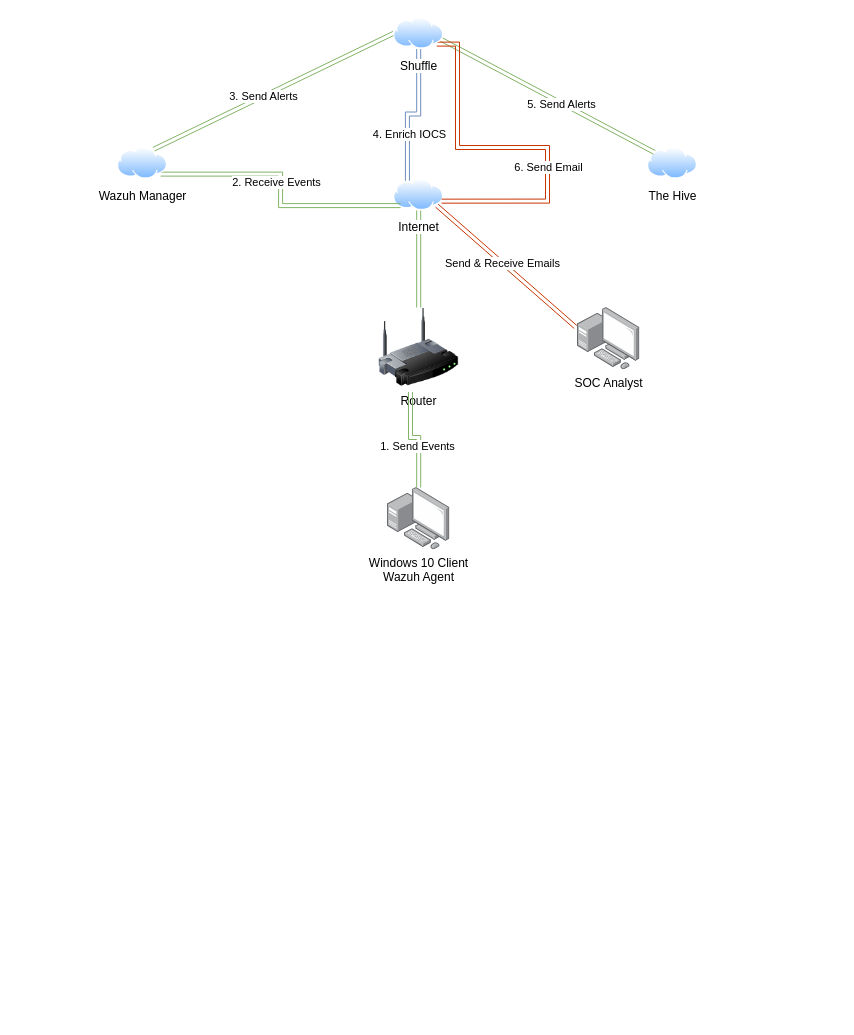
Earlier version of the draw.io diagram Untitled Diagram.drawio (tjtjames123/tjtjames123). Source tidied: cells renumbered, new cells numbered last; positions are measured from the earlier drawing's top-left corner, leaving out a move shared by most shapes. Both pictures are drawn from the tidied source at 100%, with x=0, y=0 at pixel (117, 17).
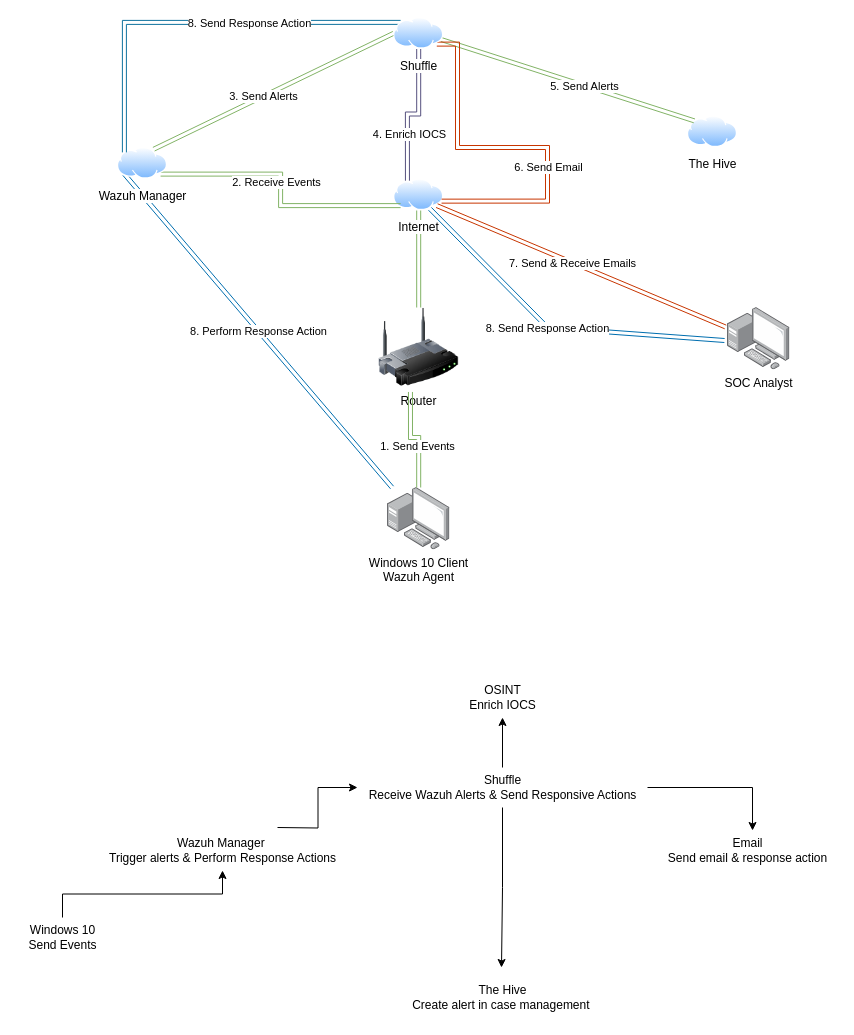
Above is the later version.

Commit message:
Wazuh & SOAR Diagram.drawio

Unchanged cells that the change refers to:
```xml
<mxCell id="4" value="Internet" style="image;perimeter=ellipsePerimeter;html=1;align=center;shadow=0;dashed=0;spacingTop=3;image=img/lib/active_directory/internet_cloud.svg;" parent="1" vertex="1">
  <mxGeometry x="276.2" y="161.5" width="50" height="31.5" as="geometry" />
</mxCell>
<mxCell id="7" value="Wazuh Manager" style="image;perimeter=ellipsePerimeter;html=1;align=center;shadow=0;dashed=0;spacingTop=3;image=img/lib/active_directory/internet_cloud.svg;" parent="1" vertex="1">
  <mxGeometry y="130" width="50" height="31.5" as="geometry" />
</mxCell>
<mxCell id="17" value="Shuffle" style="image;perimeter=ellipsePerimeter;html=1;align=center;shadow=0;dashed=0;spacingTop=3;image=img/lib/active_directory/internet_cloud.svg;" parent="1" vertex="1">
  <mxGeometry x="276.2" width="50" height="31.5" as="geometry" />
</mxCell>
<mxCell id="18" value="Windows 10 Client&lt;br&gt;Wazuh Agent" style="image;points=[];html=1;align=center;shadow=0;dashed=0;image=img/lib/allied_telesis/computer_and_terminals/Personal_Computer_with_Server.svg;" parent="1" vertex="1">
  <mxGeometry x="270" y="470" width="62.4" height="62.4" as="geometry" />
</mxCell>
<mxCell id="22" style="rounded=0;jettySize=auto;html=1;exitX=1;exitY=1;exitDx=0;exitDy=0;shape=link;entryX=-0.032;entryY=0.312;entryDx=0;entryDy=0;entryPerimeter=0;fillColor=#fa6800;strokeColor=#C73500;" parent="1" edge="1" source="4" target="19">
  <mxGeometry relative="1" as="geometry" />
</mxCell>
```

Change to the diagram source:
```diff
@@
+    <mxCell id="24" style="rounded=0;jettySize=auto;html=1;exitX=0;exitY=1;exitDx=0;exitDy=0;shape=link;fillColor=#1ba1e2;strokeColor=#006EAF;" parent="1" edge="1" source="7" target="18">
+      <mxGeometry relative="1" as="geometry" />
+    </mxCell>
+    <mxCell id="25" value="8. Perform Response Action" style="edgeLabel;html=1;align=center;verticalAlign=middle;" parent="24" vertex="1">
+      <mxGeometry relative="1" as="geometry" />
+    </mxCell>
@@
     <mxCell id="8" value="The Hive" style="image;perimeter=ellipsePerimeter;html=1;align=center;shadow=0;dashed=0;spacingTop=3;image=img/lib/active_directory/internet_cloud.svg;" parent="1" vertex="1">
-      <mxGeometry x="530" y="130" width="50" height="31.5" as="geometry" />
+      <mxGeometry x="570" y="98.5" width="50" height="31.5" as="geometry" />
     </mxCell>
@@
-    <mxCell id="11" style="edgeStyle=orthogonalEdgeStyle;rounded=0;jettySize=auto;html=1;exitX=0.5;exitY=1;exitDx=0;exitDy=0;entryX=0.25;entryY=0;entryDx=0;entryDy=0;fillColor=#dae8fc;strokeColor=#6c8ebf;shape=link;" parent="1" edge="1" source="17" target="4">
+    <mxCell id="11" style="edgeStyle=orthogonalEdgeStyle;rounded=0;jettySize=auto;html=1;exitX=0.5;exitY=1;exitDx=0;exitDy=0;entryX=0.25;entryY=0;entryDx=0;entryDy=0;fillColor=#d0cee2;strokeColor=#56517e;shape=link;" parent="1" edge="1" source="17" target="4">
       <mxGeometry relative="1" as="geometry" />
     </mxCell>
@@
+    <mxCell id="26" style="edgeStyle=orthogonalEdgeStyle;rounded=0;jettySize=auto;html=1;exitX=0;exitY=0;exitDx=0;exitDy=0;entryX=0;entryY=0;entryDx=0;entryDy=0;fillColor=#b1ddf0;strokeColor=#10739e;shape=link;" parent="1" edge="1" source="17" target="7">
+      <mxGeometry relative="1" as="geometry" />
+    </mxCell>
+    <mxCell id="27" value="8. Send Response Action" style="edgeLabel;html=1;align=center;verticalAlign=middle;" parent="26" vertex="1">
+      <mxGeometry x="-0.25" y="1" relative="1" as="geometry" />
+    </mxCell>
@@
     <mxCell id="19" value="SOC Analyst" style="image;points=[];html=1;align=center;shadow=0;dashed=0;image=img/lib/allied_telesis/computer_and_terminals/Personal_Computer_with_Server.svg;" parent="1" vertex="1">
-      <mxGeometry x="460" y="290" width="62.4" height="62.4" as="geometry" />
+      <mxGeometry x="610" y="290" width="62.4" height="62.4" as="geometry" />
     </mxCell>
@@
-    <mxCell id="23" value="Send &amp;amp; Receive Emails" style="edgeLabel;html=1;align=center;verticalAlign=middle;" parent="22" vertex="1">
+    <mxCell id="23" value="7. Send &amp;amp; Receive Emails" style="edgeLabel;html=1;align=center;verticalAlign=middle;" parent="22" vertex="1">
       <mxGeometry x="-0.06" relative="1" as="geometry" />
     </mxCell>
+    <mxCell id="28" style="rounded=0;jettySize=auto;html=1;exitX=0.75;exitY=1;exitDx=0;exitDy=0;shape=link;fillColor=#1ba1e2;strokeColor=#006EAF;entryX=-0.048;entryY=0.529;entryDx=0;entryDy=0;entryPerimeter=0;" parent="1" edge="1" source="4" target="19">
+      <mxGeometry relative="1" as="geometry">
+        <Array as="points">
+          <mxPoint x="430" y="310" />
+        </Array>
+      </mxGeometry>
+    </mxCell>
+    <mxCell id="29" value="8. Send Response Action" style="edgeLabel;html=1;align=center;verticalAlign=middle;" parent="28" vertex="1">
+      <mxGeometry x="-0.03" y="-1" relative="1" as="geometry" />
+    </mxCell>
+    <mxCell id="30" value="OSINT&lt;br&gt;Enrich IOCS" style="text;html=1;align=center;verticalAlign=middle;points=[];strokeColor=none;fillColor=none;" parent="1" vertex="1">
+      <mxGeometry x="340" y="660" width="90" height="40" as="geometry" />
+    </mxCell>
+    <mxCell id="31" style="edgeStyle=orthogonalEdgeStyle;rounded=0;jettySize=auto;html=1;" parent="1" edge="1" source="34" target="30">
+      <mxGeometry relative="1" as="geometry" />
+    </mxCell>
+    <mxCell id="32" style="edgeStyle=orthogonalEdgeStyle;rounded=0;jettySize=auto;html=1;entryX=0.528;entryY=0;entryDx=0;entryDy=0;entryPerimeter=0;" parent="1" edge="1" source="34" target="35">
+      <mxGeometry relative="1" as="geometry" />
+    </mxCell>
+    <mxCell id="33" style="edgeStyle=orthogonalEdgeStyle;rounded=0;jettySize=auto;html=1;" parent="1" edge="1" source="34">
+      <mxGeometry relative="1" as="geometry">
+        <mxPoint x="384" y="950" as="targetPoint" />
+      </mxGeometry>
+    </mxCell>
+    <mxCell id="34" value="Shuffle&lt;br&gt;Receive Wazuh Alerts &amp;amp; Send Responsive Actions" style="text;html=1;align=center;verticalAlign=middle;points=[];strokeColor=none;fillColor=none;" parent="1" vertex="1">
+      <mxGeometry x="240" y="750" width="290" height="40" as="geometry" />
+    </mxCell>
+    <mxCell id="35" value="Email&lt;br style=&quot;border-color: var(--border-color);&quot;&gt;Send email &amp;amp; response action" style="text;html=1;align=center;verticalAlign=middle;points=[];strokeColor=none;fillColor=none;" parent="1" vertex="1">
+      <mxGeometry x="540" y="813" width="180" height="40" as="geometry" />
+    </mxCell>
+    <mxCell id="36" style="edgeStyle=orthogonalEdgeStyle;rounded=0;jettySize=auto;html=1;" parent="1" edge="1" source="37" target="39">
+      <mxGeometry relative="1" as="geometry" />
+    </mxCell>
+    <mxCell id="37" value="Windows 10&lt;br style=&quot;border-color: var(--border-color);&quot;&gt;Send Events" style="text;html=1;align=center;verticalAlign=middle;points=[];strokeColor=none;fillColor=none;" parent="1" vertex="1">
+      <mxGeometry x="-100" y="900" width="90" height="40" as="geometry" />
+    </mxCell>
+    <mxCell id="38" style="edgeStyle=orthogonalEdgeStyle;rounded=0;jettySize=auto;html=1;entryX=0;entryY=0.5;entryDx=0;entryDy=0;entryPerimeter=0;" parent="1" edge="1" target="34">
+      <mxGeometry relative="1" as="geometry">
+        <mxPoint x="160" y="810" as="sourcePoint" />
+      </mxGeometry>
+    </mxCell>
+    <mxCell id="39" value="Wazuh Manager&amp;nbsp;&lt;br&gt;Trigger alerts &amp;amp; Perform Response Actions" style="text;html=1;align=center;verticalAlign=middle;points=[];strokeColor=none;fillColor=none;" parent="1" vertex="1">
+      <mxGeometry x="-20" y="813" width="250" height="40" as="geometry" />
+    </mxCell>
+    <mxCell id="40" value="The Hive&lt;br&gt;Create alert in case management&amp;nbsp;" style="text;html=1;align=center;verticalAlign=middle;strokeColor=none;fillColor=none;" parent="1" vertex="1">
+      <mxGeometry x="285" y="960" width="200" height="40" as="geometry" />
+    </mxCell>
```
